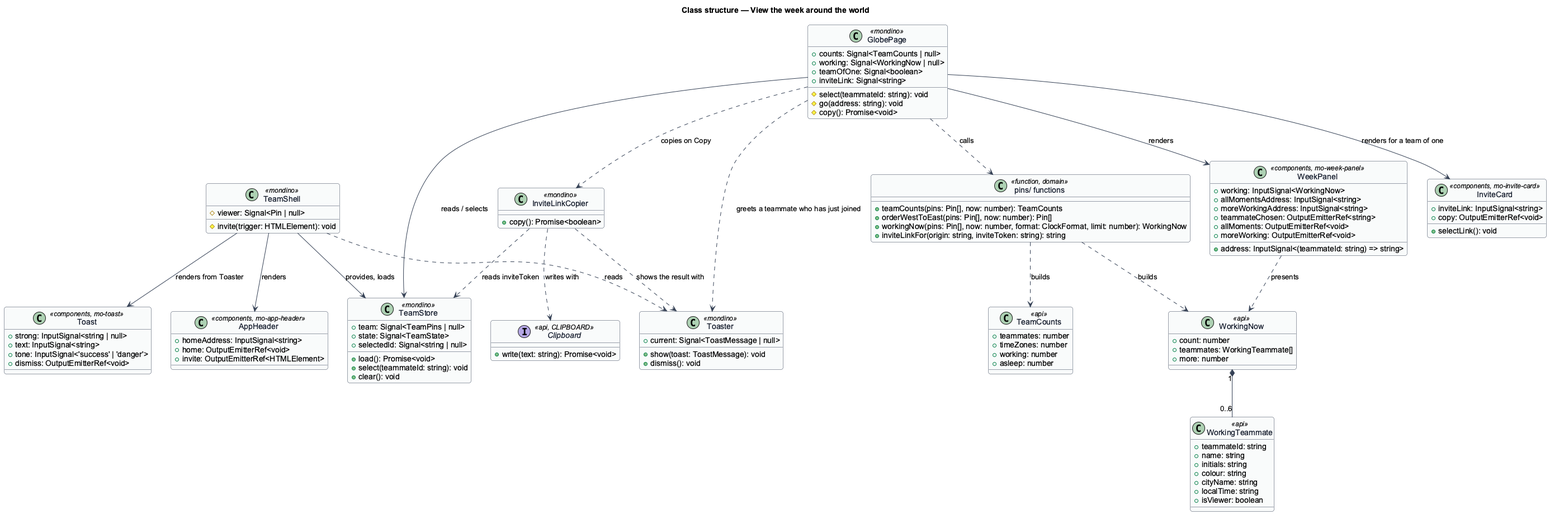
This is docs/detailed-designs/team/view-week-around-the-world/diagrams/class-structure.png from QuinntyneBrown/Mondino, a PlantUML export, as it was before one commit.
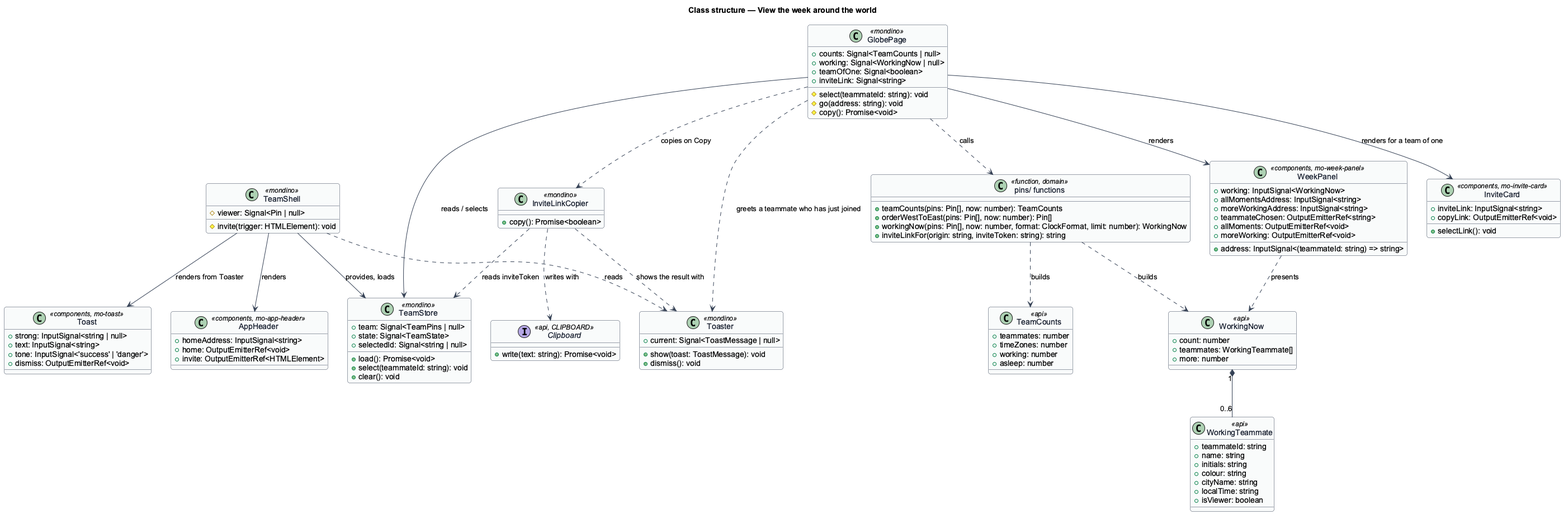
After the commit.

Diff of the diagram source:
```diff
@@ -72,7 +72,7 @@
 
 class InviteCard <<components, mo-invite-card>> {
   +inviteLink: InputSignal<string>
-  +copy: OutputEmitterRef<void>
+  +copyLink: OutputEmitterRef<void>
   +selectLink(): void
 }
 
```
